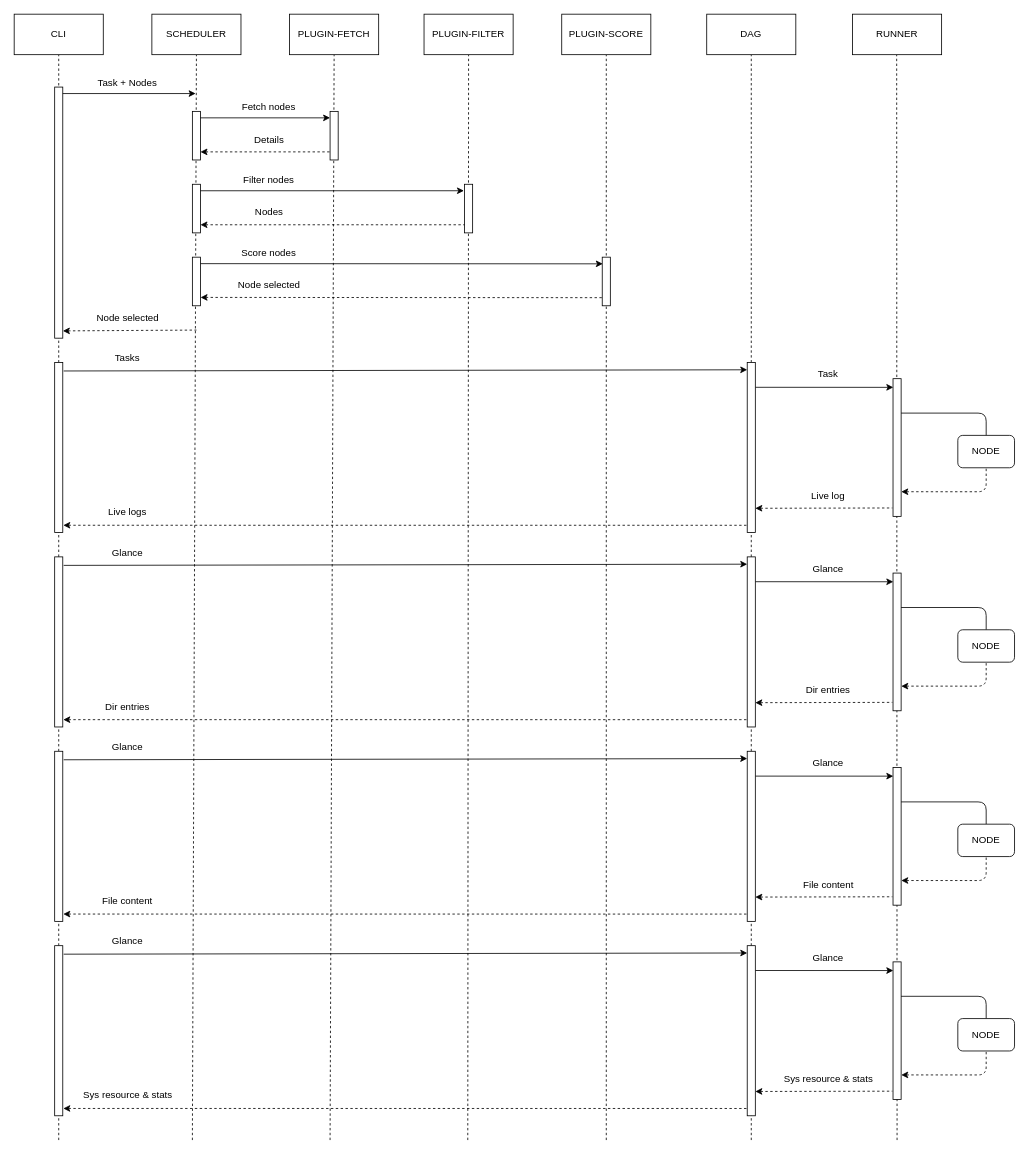
This is flow.drawio from pipego/deploy, a draw.io file, before an edit. Source tidied: cells renumbered, new cells numbered last; positions are measured from the earlier drawing's top-left corner, leaving out a move shared by most shapes. Both pictures are drawn from the tidied source at 81%, with x=0, y=0 at pixel (14, 14).
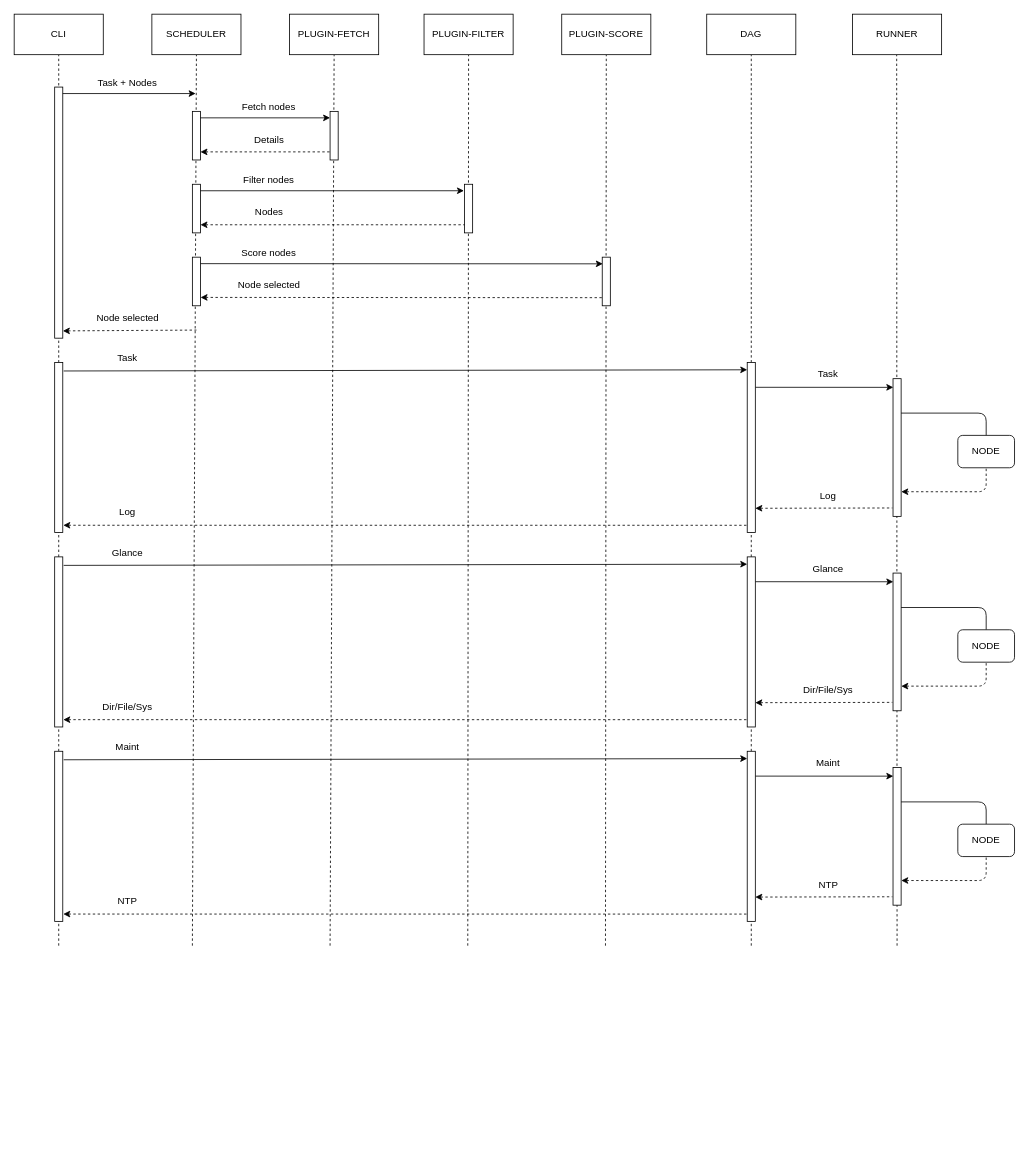
The same diagram, later.

Unchanged cells that the change refers to:
```xml
<mxCell id="9" value="CLI" style="rounded=0;whiteSpace=wrap;html=1;" parent="1" vertex="1">
  <mxGeometry width="110" height="50" as="geometry" />
</mxCell>
<mxCell id="10" value="SCHEDULER" style="rounded=0;whiteSpace=wrap;html=1;" parent="1" vertex="1">
  <mxGeometry x="170" width="110" height="50" as="geometry" />
</mxCell>
<mxCell id="11" value="PLUGIN-FETCH" style="rounded=0;whiteSpace=wrap;html=1;" parent="1" vertex="1">
  <mxGeometry x="340" width="110" height="50" as="geometry" />
</mxCell>
<mxCell id="12" value="PLUGIN-FILTER" style="rounded=0;whiteSpace=wrap;html=1;" parent="1" vertex="1">
  <mxGeometry x="506" width="110" height="50" as="geometry" />
</mxCell>
<mxCell id="14" value="PLUGIN-SCORE" style="rounded=0;whiteSpace=wrap;html=1;" parent="1" vertex="1">
  <mxGeometry x="676" width="110" height="50" as="geometry" />
</mxCell>
<mxCell id="15" value="DAG" style="rounded=0;whiteSpace=wrap;html=1;" parent="1" vertex="1">
  <mxGeometry x="855" width="110" height="50" as="geometry" />
</mxCell>
```

Diff of the diagram source:
```diff
@@
     <mxCell id="2" style="endArrow=none;dashed=1;html=1;entryX=0.5;entryY=1;entryDx=0;entryDy=0;startArrow=none;" parent="1" edge="1">
       <mxGeometry relative="1" as="geometry">
-        <mxPoint x="1090" y="1390" as="sourcePoint" />
+        <mxPoint x="1090" y="1150" as="sourcePoint" />
         <mxPoint x="1089.5" y="50" as="targetPoint" />
       </mxGeometry>
     </mxCell>
     <mxCell id="3" style="endArrow=none;dashed=1;html=1;entryX=0.5;entryY=1;entryDx=0;entryDy=0;" parent="1" edge="1" target="15">
       <mxGeometry relative="1" as="geometry">
-        <mxPoint x="910" y="1390" as="sourcePoint" />
+        <mxPoint x="910" y="1150" as="sourcePoint" />
       </mxGeometry>
     </mxCell>
     <mxCell id="4" style="endArrow=none;dashed=1;html=1;entryX=0.5;entryY=1;entryDx=0;entryDy=0;" parent="1" edge="1" target="14">
       <mxGeometry relative="1" as="geometry">
-        <mxPoint x="731" y="1390" as="sourcePoint" />
+        <mxPoint x="730" y="1150" as="sourcePoint" />
       </mxGeometry>
     </mxCell>
     <mxCell id="5" style="endArrow=none;dashed=1;html=1;entryX=0.5;entryY=1;entryDx=0;entryDy=0;" parent="1" edge="1" target="12">
       <mxGeometry relative="1" as="geometry">
-        <mxPoint x="560" y="1390" as="sourcePoint" />
+        <mxPoint x="560" y="1150" as="sourcePoint" />
       </mxGeometry>
     </mxCell>
     <mxCell id="6" style="endArrow=none;dashed=1;html=1;entryX=0.5;entryY=1;entryDx=0;entryDy=0;" parent="1" edge="1" target="11">
       <mxGeometry relative="1" as="geometry">
-        <mxPoint x="390" y="1390" as="sourcePoint" />
+        <mxPoint x="390" y="1150" as="sourcePoint" />
       </mxGeometry>
     </mxCell>
     <mxCell id="7" style="endArrow=none;dashed=1;html=1;entryX=0.5;entryY=1;entryDx=0;entryDy=0;" parent="1" edge="1" target="10">
       <mxGeometry relative="1" as="geometry">
-        <mxPoint x="220" y="1390" as="sourcePoint" />
+        <mxPoint x="220" y="1150" as="sourcePoint" />
       </mxGeometry>
     </mxCell>
     <mxCell id="8" style="endArrow=none;dashed=1;html=1;entryX=0.5;entryY=1;entryDx=0;entryDy=0;startArrow=none;" parent="1" edge="1" target="9">
       <mxGeometry relative="1" as="geometry">
-        <mxPoint x="55" y="1390" as="sourcePoint" />
+        <mxPoint x="55" y="1150" as="sourcePoint" />
       </mxGeometry>
     </mxCell>
@@
-    <mxCell id="25" value="Tasks" style="text;html=1;strokeColor=none;fillColor=none;align=center;verticalAlign=middle;whiteSpace=wrap;rounded=0;" parent="1" vertex="1">
+    <mxCell id="25" value="Task" style="text;html=1;strokeColor=none;fillColor=none;align=center;verticalAlign=middle;whiteSpace=wrap;rounded=0;" parent="1" vertex="1">
       <mxGeometry x="100" y="410" width="80" height="30" as="geometry" />
     </mxCell>
@@
-    <mxCell id="50" value="Live logs" style="text;html=1;strokeColor=none;fillColor=none;align=center;verticalAlign=middle;whiteSpace=wrap;rounded=0;" parent="1" vertex="1">
+    <mxCell id="50" value="Log" style="text;html=1;strokeColor=none;fillColor=none;align=center;verticalAlign=middle;whiteSpace=wrap;rounded=0;" parent="1" vertex="1">
       <mxGeometry x="110" y="600" width="60" height="30" as="geometry" />
     </mxCell>
-    <mxCell id="51" value="Live log" style="text;html=1;strokeColor=none;fillColor=none;align=center;verticalAlign=middle;whiteSpace=wrap;rounded=0;" parent="1" vertex="1">
+    <mxCell id="51" value="Log" style="text;html=1;strokeColor=none;fillColor=none;align=center;verticalAlign=middle;whiteSpace=wrap;rounded=0;" parent="1" vertex="1">
       <mxGeometry x="975" y="580" width="60" height="30" as="geometry" />
     </mxCell>
@@
-    <mxCell id="65" value="Dir entries" style="text;html=1;strokeColor=none;fillColor=none;align=center;verticalAlign=middle;whiteSpace=wrap;rounded=0;" parent="1" vertex="1">
+    <mxCell id="65" value="Dir/File/Sys" style="text;html=1;strokeColor=none;fillColor=none;align=center;verticalAlign=middle;whiteSpace=wrap;rounded=0;" parent="1" vertex="1">
       <mxGeometry x="110" y="840" width="60" height="30" as="geometry" />
     </mxCell>
-    <mxCell id="66" value="Dir entries" style="text;html=1;strokeColor=none;fillColor=none;align=center;verticalAlign=middle;whiteSpace=wrap;rounded=0;" parent="1" vertex="1">
+    <mxCell id="66" value="Dir/File/Sys" style="text;html=1;strokeColor=none;fillColor=none;align=center;verticalAlign=middle;whiteSpace=wrap;rounded=0;" parent="1" vertex="1">
       <mxGeometry x="975" y="820" width="60" height="30" as="geometry" />
     </mxCell>
@@
-    <mxCell id="68" value="Glance" style="text;html=1;strokeColor=none;fillColor=none;align=center;verticalAlign=middle;whiteSpace=wrap;rounded=0;" parent="1" vertex="1">
+    <mxCell id="68" value="Maint" style="text;html=1;strokeColor=none;fillColor=none;align=center;verticalAlign=middle;whiteSpace=wrap;rounded=0;" parent="1" vertex="1">
       <mxGeometry x="100" y="890" width="80" height="30" as="geometry" />
     </mxCell>
@@
-    <mxCell id="72" value="Glance" style="text;html=1;strokeColor=none;fillColor=none;align=center;verticalAlign=middle;whiteSpace=wrap;rounded=0;" parent="1" vertex="1">
+    <mxCell id="72" value="Maint" style="text;html=1;strokeColor=none;fillColor=none;align=center;verticalAlign=middle;whiteSpace=wrap;rounded=0;" parent="1" vertex="1">
       <mxGeometry x="965" y="910" width="80" height="30" as="geometry" />
     </mxCell>
@@
-    <mxCell id="79" value="File content" style="text;html=1;strokeColor=none;fillColor=none;align=center;verticalAlign=middle;whiteSpace=wrap;rounded=0;" parent="1" vertex="1">
+    <mxCell id="79" value="NTP" style="text;html=1;strokeColor=none;fillColor=none;align=center;verticalAlign=middle;whiteSpace=wrap;rounded=0;" parent="1" vertex="1">
       <mxGeometry x="105" y="1080" width="70" height="30" as="geometry" />
     </mxCell>
-    <mxCell id="80" value="File content" style="text;html=1;strokeColor=none;fillColor=none;align=center;verticalAlign=middle;whiteSpace=wrap;rounded=0;" parent="1" vertex="1">
+    <mxCell id="80" value="NTP" style="text;html=1;strokeColor=none;fillColor=none;align=center;verticalAlign=middle;whiteSpace=wrap;rounded=0;" parent="1" vertex="1">
       <mxGeometry x="967.5" y="1060" width="75" height="30" as="geometry" />
     </mxCell>
-    <mxCell id="81" style="endArrow=classic;html=1;entryX=0;entryY=0.043;entryDx=0;entryDy=0;entryPerimeter=0;exitX=1.111;exitY=0.05;exitDx=0;exitDy=0;exitPerimeter=0;" parent="1" edge="1" source="92" target="83">
-      <mxGeometry relative="1" as="geometry" />
-    </mxCell>
-    <mxCell id="82" value="Glance" style="text;html=1;strokeColor=none;fillColor=none;align=center;verticalAlign=middle;whiteSpace=wrap;rounded=0;" parent="1" vertex="1">
-      <mxGeometry x="100" y="1130" width="80" height="30" as="geometry" />
-    </mxCell>
-    <mxCell id="83" style="rounded=0;whiteSpace=wrap;html=1;" parent="1" vertex="1">
-      <mxGeometry x="905" y="1150" width="10" height="210" as="geometry" />
-    </mxCell>
-    <mxCell id="84" style="rounded=0;whiteSpace=wrap;html=1;" parent="1" vertex="1">
-      <mxGeometry x="1085" y="1170" width="10" height="170" as="geometry" />
-    </mxCell>
-    <mxCell id="85" style="endArrow=classic;html=1;exitX=1.022;exitY=0.146;exitDx=0;exitDy=0;exitPerimeter=0;entryX=0.033;entryY=0.063;entryDx=0;entryDy=0;entryPerimeter=0;" parent="1" edge="1" source="83" target="84">
-      <mxGeometry relative="1" as="geometry" />
-    </mxCell>
-    <mxCell id="86" value="Glance" style="text;html=1;strokeColor=none;fillColor=none;align=center;verticalAlign=middle;whiteSpace=wrap;rounded=0;" parent="1" vertex="1">
-      <mxGeometry x="965" y="1150" width="80" height="30" as="geometry" />
-    </mxCell>
-    <mxCell id="87" style="edgeStyle=segmentEdgeStyle;endArrow=none;html=1;exitX=1;exitY=0.25;exitDx=0;exitDy=0;endFill=0;entryX=0.5;entryY=0;entryDx=0;entryDy=0;" parent="1" edge="1" source="84" target="90">
-      <mxGeometry relative="1" as="geometry" />
-    </mxCell>
-    <mxCell id="88" style="edgeStyle=segmentEdgeStyle;endArrow=none;html=1;endFill=0;startArrow=classic;startFill=1;exitX=1.019;exitY=0.821;exitDx=0;exitDy=0;exitPerimeter=0;dashed=1;entryX=0.5;entryY=1;entryDx=0;entryDy=0;" parent="1" edge="1" source="84" target="90">
-      <mxGeometry relative="1" as="geometry">
-        <Array as="points">
-          <mxPoint x="1200" y="1310" />
-        </Array>
-      </mxGeometry>
-    </mxCell>
-    <mxCell id="89" style="endArrow=none;html=1;exitX=1;exitY=0.5;exitDx=0;exitDy=0;endFill=0;startArrow=classic;startFill=1;dashed=1;entryX=-0.078;entryY=0.939;entryDx=0;entryDy=0;entryPerimeter=0;" parent="1" edge="1" target="84">
-      <mxGeometry relative="1" as="geometry">
-        <mxPoint x="915" y="1330" as="sourcePoint" />
-      </mxGeometry>
-    </mxCell>
-    <mxCell id="90" value="NODE" style="rounded=1;whiteSpace=wrap;html=1;" parent="1" vertex="1">
-      <mxGeometry x="1165" y="1240" width="70" height="40" as="geometry" />
-    </mxCell>
-    <mxCell id="91" style="endArrow=none;html=1;entryX=0;entryY=0.043;entryDx=0;entryDy=0;entryPerimeter=0;endFill=0;dashed=1;startArrow=classic;startFill=1;exitX=1.066;exitY=0.957;exitDx=0;exitDy=0;exitPerimeter=0;" parent="1" edge="1" source="92">
-      <mxGeometry relative="1" as="geometry">
-        <mxPoint x="905" y="1351" as="targetPoint" />
-      </mxGeometry>
-    </mxCell>
-    <mxCell id="92" style="rounded=0;whiteSpace=wrap;html=1;" parent="1" vertex="1">
-      <mxGeometry x="50" y="1150" width="10" height="210" as="geometry" />
-    </mxCell>
-    <mxCell id="93" value="Sys resource &amp;amp; stats" style="text;html=1;strokeColor=none;fillColor=none;align=center;verticalAlign=middle;whiteSpace=wrap;rounded=0;" parent="1" vertex="1">
-      <mxGeometry x="82.5" y="1320" width="115" height="30" as="geometry" />
-    </mxCell>
-    <mxCell id="94" value="Sys resource &amp;amp; stats" style="text;html=1;strokeColor=none;fillColor=none;align=center;verticalAlign=middle;whiteSpace=wrap;rounded=0;" parent="1" vertex="1">
-      <mxGeometry x="943.8" y="1300" width="122.5" height="30" as="geometry" />
-    </mxCell>
```
